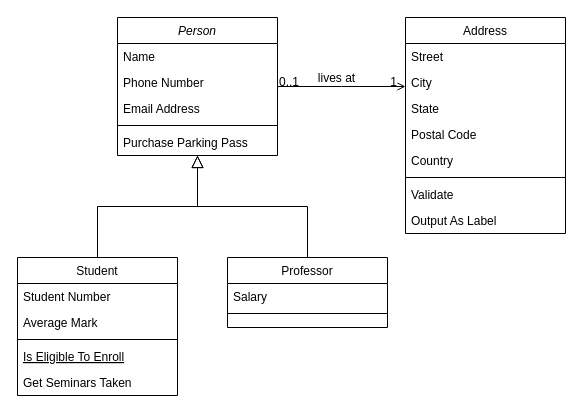
The draw.io diagram Untitled Diagram.drawio in andmansim/Trabajo_grupal, before the edit. Source tidied: cells renumbered, new cells numbered last; positions are measured from the earlier drawing's top-left corner, leaving out a move shared by most shapes. Both pictures are drawn from the tidied source at 100%, with x=0, y=0 at pixel (17, 17).
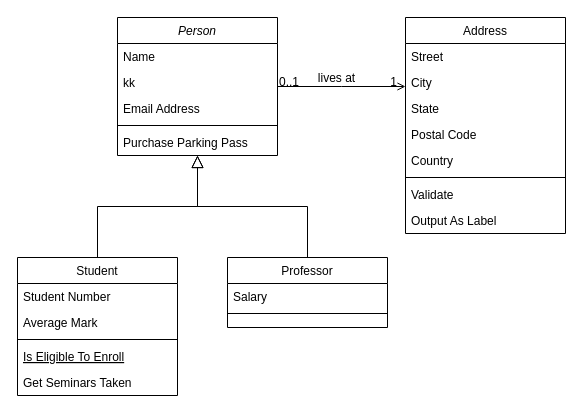
The same page after the edit.

The change refers to these unchanged cells:
```xml
<mxCell id="2" value="Person" style="swimlane;fontStyle=2;align=center;verticalAlign=top;horizontal=1;startSize=26;rounded=0;shadow=0;strokeWidth=1;" parent="1" vertex="1">
  <mxGeometry x="100" width="160" height="138" as="geometry" />
</mxCell>
```

Change to the diagram source:
```diff
@@
-    <mxCell id="4" value="Phone Number" style="text;align=left;verticalAlign=top;spacingLeft=4;spacingRight=4;overflow=hidden;rounded=0;shadow=0;html=0;" parent="2" vertex="1">
+    <mxCell id="4" value="kk" style="text;align=left;verticalAlign=top;spacingLeft=4;spacingRight=4;overflow=hidden;rounded=0;shadow=0;html=0;" parent="2" vertex="1">
       <mxGeometry y="52" width="160" height="26" as="geometry" />
     </mxCell>
```
